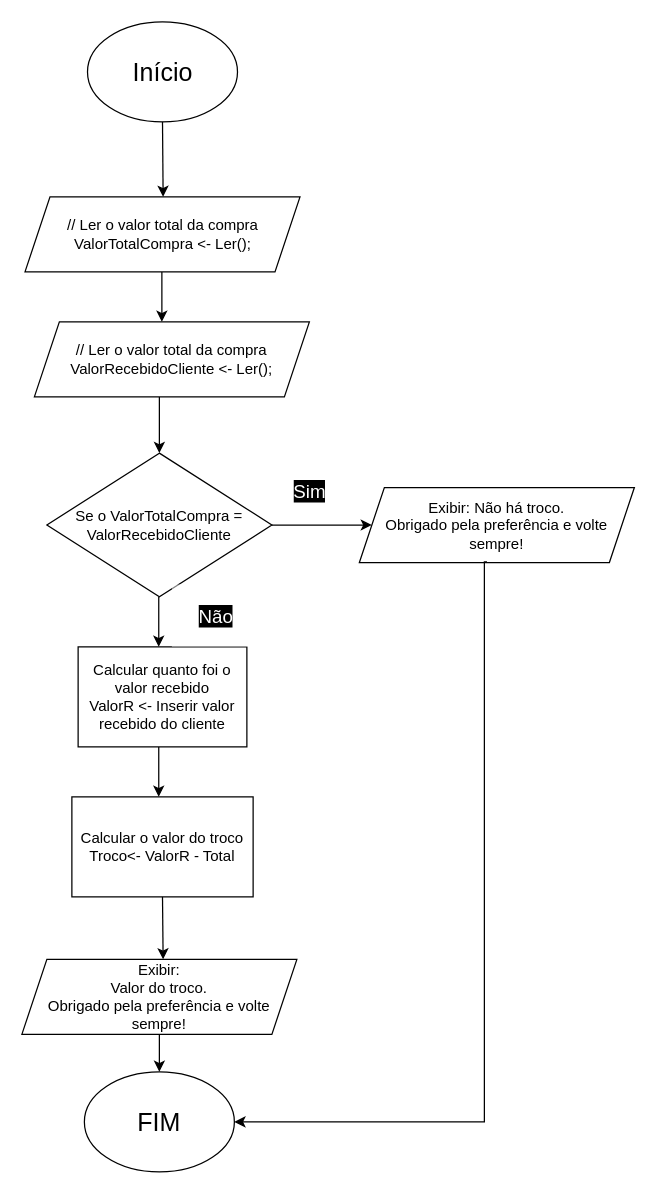
Earlier version of the draw.io diagram Diagrama sem nome.drawio (Zambaldi21/Zambaldi21.github.io). Source tidied: cells renumbered, new cells numbered last; positions are measured from the earlier drawing's top-left corner, leaving out a move shared by most shapes. Both pictures are drawn from the tidied source at 125%, with x=0, y=0 at pixel (21, 21).
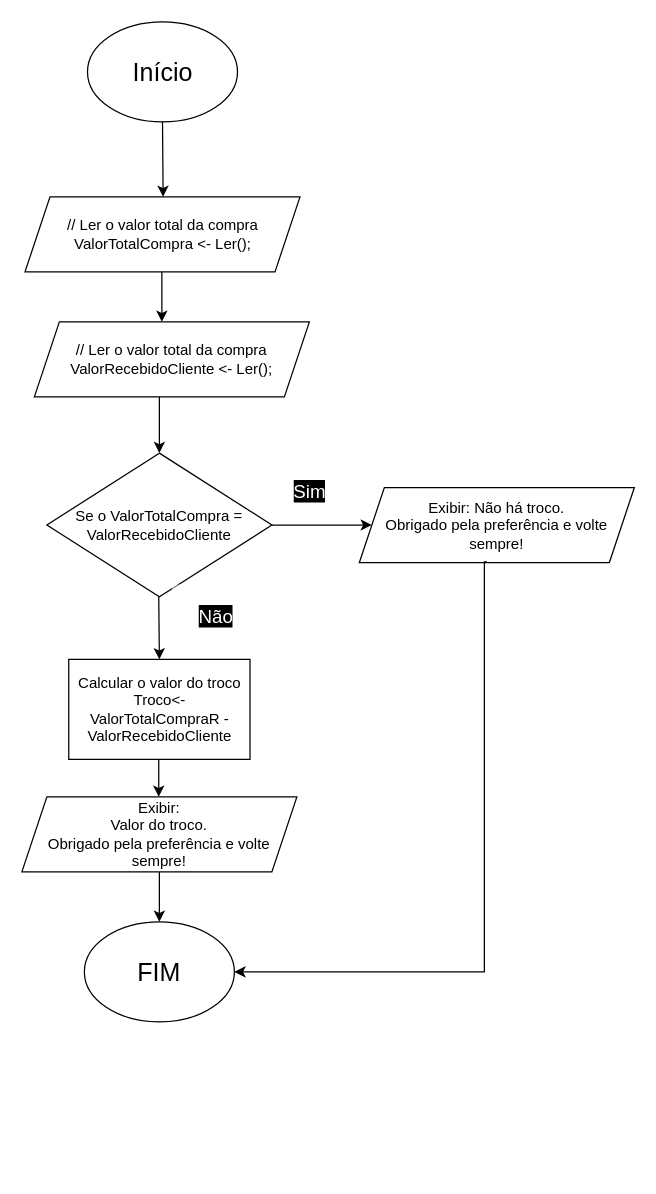
The same page after the edit.

Unchanged cells that the change refers to:
```xml
<mxCell id="15" value="Exibir: Não há troco.&lt;br style=&quot;border-color: var(--border-color);&quot;&gt;Obrigado pela preferência e volte sempre!" style="shape=parallelogram;perimeter=parallelogramPerimeter;whiteSpace=wrap;html=1;fixedSize=1;" parent="1" vertex="1">
  <mxGeometry x="270" y="372.5" width="220" height="60" as="geometry" />
</mxCell>
```

Diff of the diagram source:
```diff
@@
-    <mxCell id="5" value="Calcular quanto foi o valor recebido&lt;br&gt;ValorR &amp;lt;- Inserir valor recebido do cliente" style="rounded=0;whiteSpace=wrap;html=1;" parent="1" vertex="1">
-      <mxGeometry x="45" y="500" width="135" height="80" as="geometry" />
-    </mxCell>
@@
-    <mxCell id="10" style="endArrow=classic;html=1;rounded=0;exitX=0.5;exitY=1;exitDx=0;exitDy=0;" parent="1" edge="1">
+    <mxCell id="10" style="endArrow=classic;html=1;rounded=0;exitX=0.5;exitY=1;exitDx=0;exitDy=0;entryX=0.5;entryY=0;entryDx=0;entryDy=0;" parent="1" edge="1" target="14">
       <mxGeometry relative="1" as="geometry">
         <mxPoint x="109.5" y="460" as="sourcePoint" />
-        <mxPoint x="109.5" y="500" as="targetPoint" />
       </mxGeometry>
     </mxCell>
@@
-    <mxCell id="14" value="Calcular o valor do troco&lt;br&gt;Troco&amp;lt;- ValorR - Total" style="rounded=0;whiteSpace=wrap;html=1;" parent="1" vertex="1">
-      <mxGeometry x="40" y="620" width="145" height="80" as="geometry" />
+    <mxCell id="14" value="Calcular o valor do troco&lt;br&gt;Troco&amp;lt;- ValorTotalCompraR - ValorRecebidoCliente" style="rounded=0;whiteSpace=wrap;html=1;" parent="1" vertex="1">
+      <mxGeometry x="37.5" y="510" width="145" height="80" as="geometry" />
     </mxCell>
@@
     <mxCell id="17" value="Exibir:&lt;br&gt;Valor do troco.&lt;br style=&quot;border-color: var(--border-color);&quot;&gt;Obrigado pela preferência e volte sempre!" style="shape=parallelogram;perimeter=parallelogramPerimeter;whiteSpace=wrap;html=1;fixedSize=1;" parent="1" vertex="1">
-      <mxGeometry y="750" width="220" height="60" as="geometry" />
+      <mxGeometry y="620" width="220" height="60" as="geometry" />
     </mxCell>
-    <mxCell id="18" style="endArrow=classic;html=1;rounded=0;exitX=0.5;exitY=1;exitDx=0;exitDy=0;" parent="1" edge="1" source="14">
-      <mxGeometry relative="1" as="geometry">
-        <mxPoint x="113" y="750" as="targetPoint" />
-      </mxGeometry>
-    </mxCell>
     <mxCell id="19" value="&lt;span style=&quot;font-size: 20px;&quot;&gt;FIM&lt;br&gt;&lt;/span&gt;" style="ellipse;whiteSpace=wrap;html=1;" parent="1" vertex="1">
-      <mxGeometry x="50" y="840" width="120" height="80" as="geometry" />
+      <mxGeometry x="50" y="720" width="120" height="80" as="geometry" />
     </mxCell>
     <mxCell id="20" style="edgeStyle=orthogonalEdgeStyle;rounded=0;jettySize=auto;html=1;entryX=1;entryY=0.5;entryDx=0;entryDy=0;exitX=0.464;exitY=0.992;exitDx=0;exitDy=0;exitPerimeter=0;" parent="1" edge="1" source="15" target="19">
       <mxGeometry relative="1" as="geometry">
         <Array as="points">
           <mxPoint x="370" y="432" />
-          <mxPoint x="370" y="880" />
+          <mxPoint x="370" y="760" />
         </Array>
       </mxGeometry>
     </mxCell>
```
